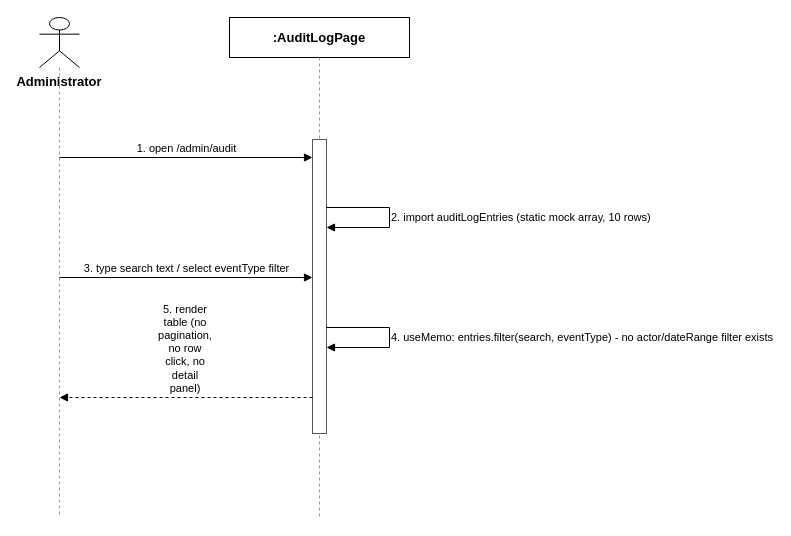
This is page "Administrator_View AuditTrail" (3 of 7) of docs/qa/sequence-diagrams.drawio from tulklk/AI_Interview_Question_Generation_RAG_LLM_FE, a draw.io file, before an edit. Source tidied: cells renumbered, new cells numbered last; positions are measured from the earlier drawing's top-left corner, leaving out a move shared by most shapes. Both pictures are drawn from the tidied source at 100%, with x=0, y=0 at pixel (39, 17).
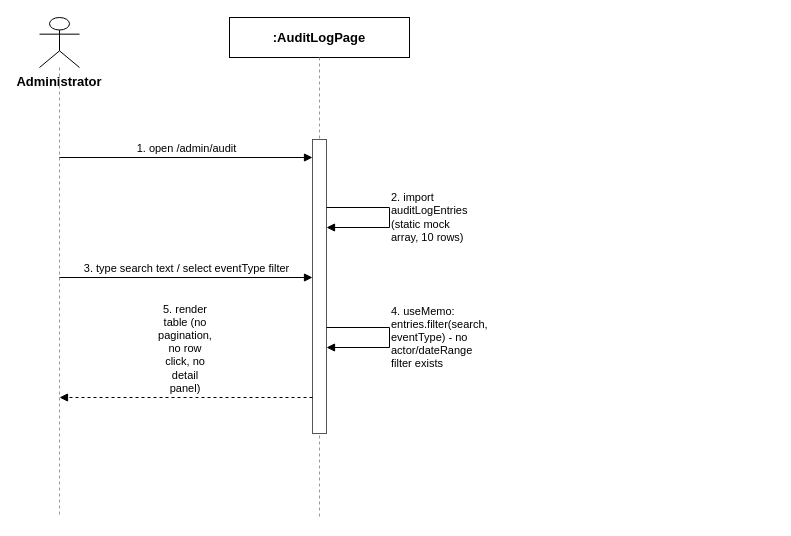
After the change.

Change to the diagram source:
```diff
@@
-    <mxCell id="8" value="2. import auditLogEntries (static mock array, 10 rows)" style="endArrow=block;endFill=1;html=1;fontSize=11;align=left;verticalAlign=middle;labelBackgroundColor=#ffffff;rounded=0;strokeColor=#000000;" parent="1" edge="1">
+    <mxCell id="8" value="2. import auditLogEntries (static mock array, 10 rows)" style="endArrow=block;endFill=1;html=1;whiteSpace=wrap;fontSize=11;align=left;verticalAlign=middle;labelBackgroundColor=#ffffff;rounded=0;strokeColor=#000000;" parent="1" edge="1">
       <mxGeometry relative="1" as="geometry">
         <mxPoint x="287" y="190" as="sourcePoint" />
         <mxPoint x="287" y="210" as="targetPoint" />
         <Array as="points">
           <mxPoint x="350" y="190" />
           <mxPoint x="350" y="210" />
         </Array>
       </mxGeometry>
     </mxCell>
@@
-    <mxCell id="10" value="4. useMemo: entries.filter(search, eventType) - no actor/dateRange filter exists" style="endArrow=block;endFill=1;html=1;fontSize=11;align=left;verticalAlign=middle;labelBackgroundColor=#ffffff;rounded=0;strokeColor=#000000;" parent="1" edge="1">
+    <mxCell id="10" value="4. useMemo: entries.filter(search, eventType) - no actor/dateRange filter exists" style="endArrow=block;endFill=1;html=1;whiteSpace=wrap;fontSize=11;align=left;verticalAlign=middle;labelBackgroundColor=#ffffff;rounded=0;strokeColor=#000000;" parent="1" edge="1">
       <mxGeometry relative="1" as="geometry">
         <mxPoint x="287" y="310" as="sourcePoint" />
         <mxPoint x="287" y="330" as="targetPoint" />
         <Array as="points">
           <mxPoint x="350" y="310" />
           <mxPoint x="350" y="330" />
         </Array>
       </mxGeometry>
     </mxCell>
```
